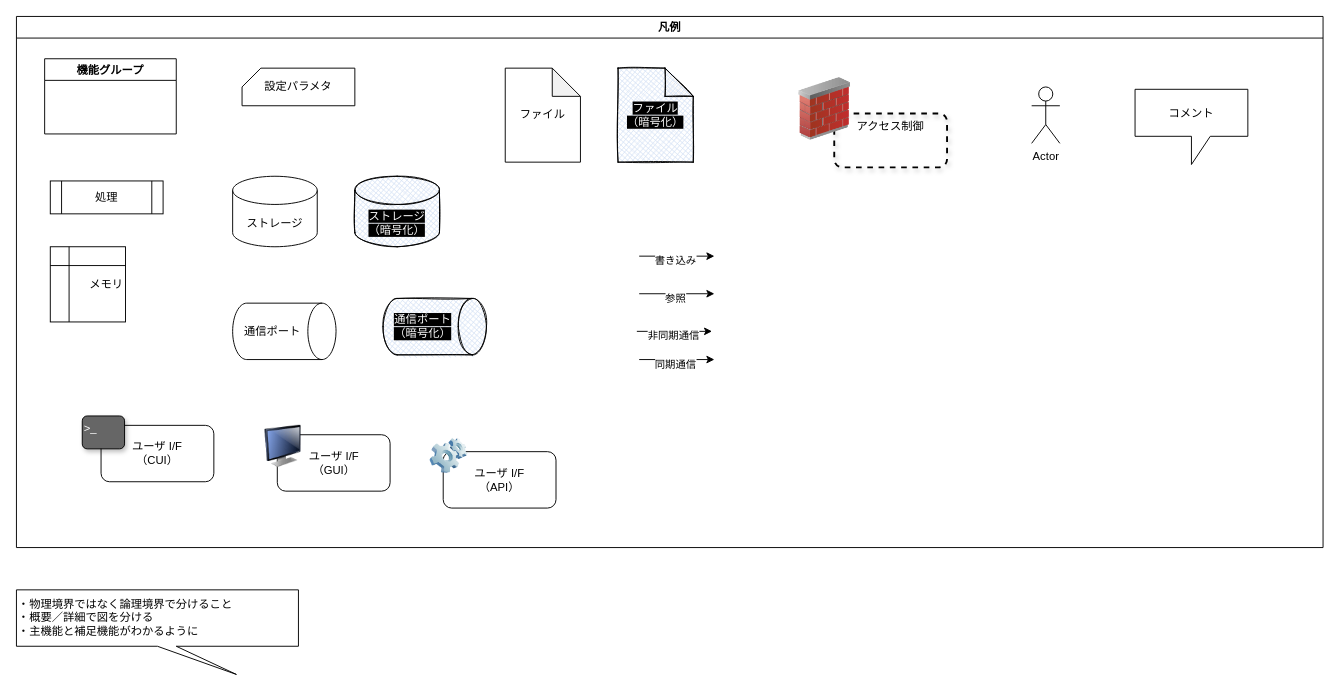
peregrin8alde/learn-ossdb-gold keeps this draw.io diagram as doc/images/base.drawio. Above is the earlier version. Source tidied: cells renumbered, new cells numbered last; positions are measured from the earlier drawing's top-left corner, leaving out a move shared by most shapes. Both pictures are drawn from the tidied source at 94%, with x=0, y=0 at pixel (16, 16).
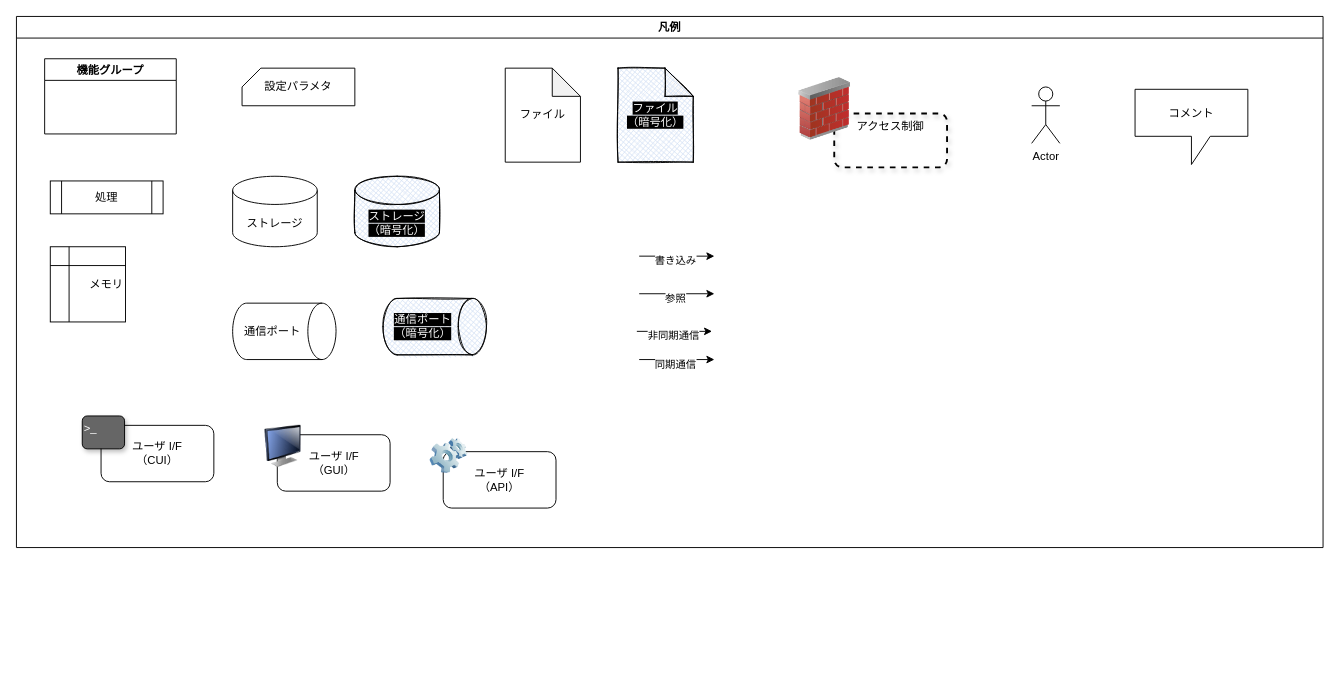
After the change.

The edit, as a diff of the source:
```diff
@@
-    <mxCell id="2" value="・物理境界ではなく論理境界で分けること&lt;br&gt;・概要／詳細で図を分ける&lt;br&gt;・主機能と補足機能がわかるように" style="shape=callout;whiteSpace=wrap;html=1;perimeter=calloutPerimeter;position2=0.78;align=left;" parent="1" vertex="1">
-      <mxGeometry y="610" width="300" height="90" as="geometry" />
-    </mxCell>
```
